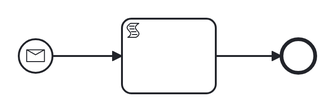
Before: conformance/catalog/diagrams/message-start.png, a diagram exported from BPMN (pblumer/atlas). Its source is kept beside it as conformance/models/message-start.bpmn. Ids are renumbered. Source of this version:
```xml
<!--
  Conformance micro-fixture: a message start event.

  A message named "order-placed" starts a new instance: messageStart "on_order"
  -> script "record" -> End. There is no CreateInstance call — the instance is
  born from the message. The suite's Start hook publishes it with
  MessageStart("order-placed", ""); the inline script then self-completes the run.
-->
<definitions xmlns="http://www.omg.org/spec/BPMN/20100524/MODEL"
             xmlns:bpmndi="http://www.omg.org/spec/BPMN/20100524/DI"
             xmlns:dc="http://www.omg.org/spec/DD/20100524/DC"
             xmlns:di="http://www.omg.org/spec/DD/20100524/DI"
             xmlns:zeebe="http://camunda.org/schema/zeebe/1.0"
             id="defs_message_start" targetNamespace="http://atlas/conformance">
  <message id="Msg_order" name="order-placed"/>
  <process id="message-start" name="Message start" isExecutable="true">
    <startEvent id="on_order">
      <messageEventDefinition messageRef="Msg_order"/>
    </startEvent>
    <scriptTask id="record">
      <extensionElements>
        <zeebe:script expression="= 1" resultVariable="recorded"/>
      </extensionElements>
    </scriptTask>
    <endEvent id="end"/>
    <sequenceFlow id="f1" sourceRef="on_order" targetRef="record"/>
    <sequenceFlow id="f2" sourceRef="record" targetRef="end"/>
  </process>
  <bpmndi:BPMNDiagram id="diagram">
    <bpmndi:BPMNPlane id="plane" bpmnElement="message-start">
      <bpmndi:BPMNShape id="di_on_order" bpmnElement="on_order"><dc:Bounds x="160" y="182" width="36" height="36"/></bpmndi:BPMNShape>
      <bpmndi:BPMNShape id="di_record" bpmnElement="record"><dc:Bounds x="270" y="160" width="100" height="80"/></bpmndi:BPMNShape>
      <bpmndi:BPMNShape id="di_end" bpmnElement="end"><dc:Bounds x="440" y="182" width="36" height="36"/></bpmndi:BPMNShape>
      <bpmndi:BPMNEdge id="di_f1" bpmnElement="f1"><di:waypoint x="196" y="200"/><di:waypoint x="270" y="200"/></bpmndi:BPMNEdge>
      <bpmndi:BPMNEdge id="di_f2" bpmnElement="f2"><di:waypoint x="370" y="200"/><di:waypoint x="440" y="200"/></bpmndi:BPMNEdge>
    </bpmndi:BPMNPlane>
  </bpmndi:BPMNDiagram>
</definitions>
```
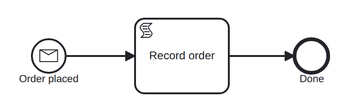
The same diagram one commit later.

What changed in the source:
```diff
@@ -14,15 +14,15 @@
              id="defs_message_start" targetNamespace="http://atlas/conformance">
   <message id="Msg_order" name="order-placed"/>
   <process id="message-start" name="Message start" isExecutable="true">
-    <startEvent id="on_order">
+    <startEvent id="on_order" name="Order placed">
       <messageEventDefinition messageRef="Msg_order"/>
     </startEvent>
-    <scriptTask id="record">
+    <scriptTask id="record" name="Record order">
       <extensionElements>
         <zeebe:script expression="= 1" resultVariable="recorded"/>
       </extensionElements>
     </scriptTask>
-    <endEvent id="end"/>
+    <endEvent id="end" name="Done"/>
     <sequenceFlow id="f1" sourceRef="on_order" targetRef="record"/>
     <sequenceFlow id="f2" sourceRef="record" targetRef="end"/>
   </process>
```
